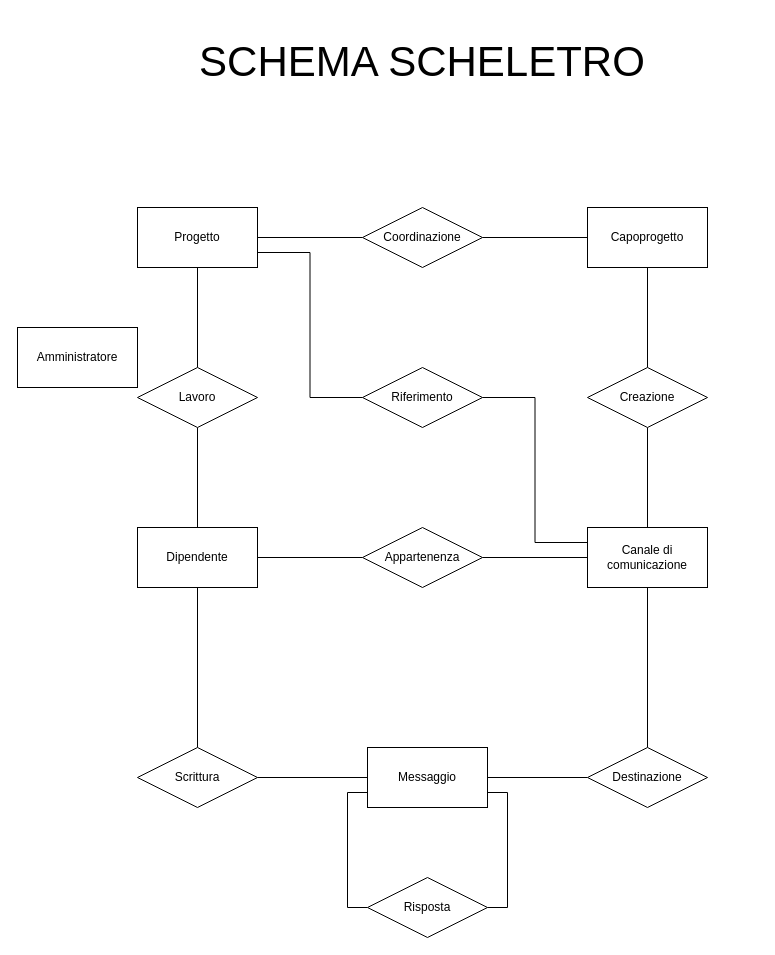
This is page "Page-1" (1 of 4) of Relazione/Schema ER/scheletro.drawio from martafra/BD-Chat-Multicanale, a draw.io file, before an edit. Source tidied: cells renumbered, new cells numbered last; positions are measured from the earlier drawing's top-left corner, leaving out a move shared by most shapes. Both pictures are drawn from the tidied source at 100%, with x=0, y=0 at pixel (17, 17).
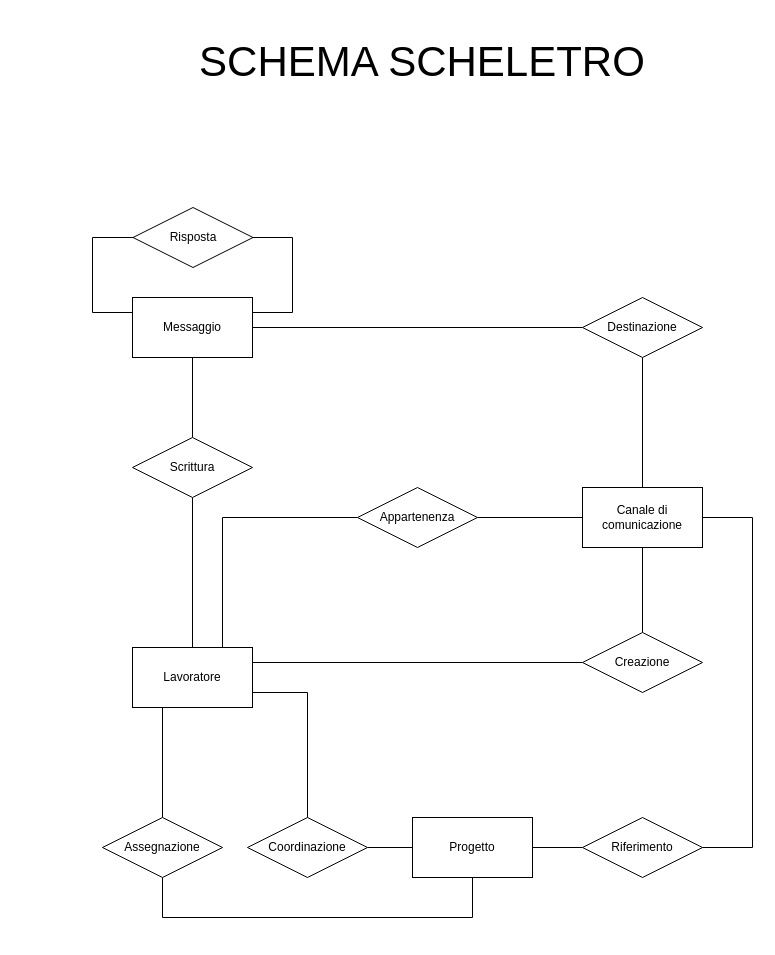
Above is the later version.

What changed in the source:
```diff
@@
-    <mxCell id="2" style="edgeStyle=orthogonalEdgeStyle;rounded=0;jettySize=auto;html=1;exitX=1;exitY=0.5;exitDx=0;exitDy=0;entryX=0;entryY=0.5;entryDx=0;entryDy=0;endArrow=none;endFill=0;" parent="1" edge="1" source="4" target="12">
-      <mxGeometry relative="1" as="geometry" />
-    </mxCell>
-    <mxCell id="3" style="edgeStyle=orthogonalEdgeStyle;rounded=0;jettySize=auto;html=1;exitX=1;exitY=0.75;exitDx=0;exitDy=0;entryX=0;entryY=0.5;entryDx=0;entryDy=0;endArrow=none;endFill=0;" parent="1" edge="1" source="4" target="31">
-      <mxGeometry relative="1" as="geometry" />
-    </mxCell>
-    <mxCell id="4" value="Progetto" style="rounded=0;whiteSpace=wrap;html=1;" parent="1" vertex="1">
-      <mxGeometry x="120" y="190" width="120" height="60" as="geometry" />
-    </mxCell>
-    <mxCell id="5" style="edgeStyle=orthogonalEdgeStyle;rounded=0;jettySize=auto;html=1;exitX=0.5;exitY=0;exitDx=0;exitDy=0;entryX=0.5;entryY=1;entryDx=0;entryDy=0;endArrow=none;endFill=0;" parent="1" edge="1" source="7" target="4">
-      <mxGeometry relative="1" as="geometry" />
-    </mxCell>
-    <mxCell id="6" style="edgeStyle=orthogonalEdgeStyle;rounded=0;jettySize=auto;html=1;exitX=0.5;exitY=1;exitDx=0;exitDy=0;entryX=0.5;entryY=0;entryDx=0;entryDy=0;endArrow=none;endFill=0;" parent="1" edge="1" source="7" target="10">
-      <mxGeometry relative="1" as="geometry" />
-    </mxCell>
-    <mxCell id="7" value="Lavoro" style="shape=rhombus;perimeter=rhombusPerimeter;whiteSpace=wrap;html=1;align=center;" parent="1" vertex="1">
-      <mxGeometry x="120" y="350" width="120" height="60" as="geometry" />
-    </mxCell>
-    <mxCell id="8" style="edgeStyle=orthogonalEdgeStyle;rounded=0;jettySize=auto;html=1;exitX=1;exitY=0.5;exitDx=0;exitDy=0;entryX=0;entryY=0.5;entryDx=0;entryDy=0;endArrow=none;endFill=0;" parent="1" edge="1" source="10" target="23">
+    <mxCell id="8" style="edgeStyle=orthogonalEdgeStyle;rounded=0;jettySize=auto;html=1;entryX=0;entryY=0.5;entryDx=0;entryDy=0;endArrow=none;endFill=0;exitX=0.75;exitY=0;exitDx=0;exitDy=0;" parent="1" edge="1" source="32" target="23">
       <mxGeometry relative="1" as="geometry" />
     </mxCell>
-    <mxCell id="9" style="edgeStyle=orthogonalEdgeStyle;rounded=0;jettySize=auto;html=1;exitX=0.5;exitY=1;exitDx=0;exitDy=0;endArrow=none;endFill=0;" parent="1" edge="1" source="10" target="21">
-      <mxGeometry relative="1" as="geometry" />
-    </mxCell>
-    <mxCell id="10" value="Dipendente" style="rounded=0;whiteSpace=wrap;html=1;" parent="1" vertex="1">
-      <mxGeometry x="120" y="510" width="120" height="60" as="geometry" />
-    </mxCell>
-    <mxCell id="11" style="edgeStyle=orthogonalEdgeStyle;rounded=0;jettySize=auto;html=1;exitX=1;exitY=0.5;exitDx=0;exitDy=0;entryX=0;entryY=0.5;entryDx=0;entryDy=0;endArrow=none;endFill=0;" parent="1" edge="1" source="12" target="14">
-      <mxGeometry relative="1" as="geometry" />
-    </mxCell>
-    <mxCell id="12" value="Coordinazione" style="shape=rhombus;perimeter=rhombusPerimeter;whiteSpace=wrap;html=1;align=center;" parent="1" vertex="1">
-      <mxGeometry x="345" y="190" width="120" height="60" as="geometry" />
-    </mxCell>
-    <mxCell id="13" style="edgeStyle=orthogonalEdgeStyle;rounded=0;jettySize=auto;html=1;exitX=0.5;exitY=1;exitDx=0;exitDy=0;entryX=0.5;entryY=0;entryDx=0;entryDy=0;endArrow=none;endFill=0;" parent="1" edge="1" source="14" target="16">
-      <mxGeometry relative="1" as="geometry" />
-    </mxCell>
-    <mxCell id="14" value="Capoprogetto" style="rounded=0;whiteSpace=wrap;html=1;" parent="1" vertex="1">
-      <mxGeometry x="570" y="190" width="120" height="60" as="geometry" />
-    </mxCell>
-    <mxCell id="15" style="edgeStyle=orthogonalEdgeStyle;rounded=0;jettySize=auto;html=1;exitX=0.5;exitY=1;exitDx=0;exitDy=0;entryX=0.5;entryY=0;entryDx=0;entryDy=0;endArrow=none;endFill=0;" parent="1" edge="1" source="16" target="17">
+    <mxCell id="15" style="edgeStyle=orthogonalEdgeStyle;rounded=0;jettySize=auto;html=1;exitX=0.5;exitY=0;exitDx=0;exitDy=0;entryX=0.5;entryY=1;entryDx=0;entryDy=0;endArrow=none;endFill=0;" parent="1" edge="1" source="16" target="17">
       <mxGeometry relative="1" as="geometry" />
     </mxCell>
     <mxCell id="16" value="Creazione" style="shape=rhombus;perimeter=rhombusPerimeter;whiteSpace=wrap;html=1;align=center;" parent="1" vertex="1">
-      <mxGeometry x="570" y="350" width="120" height="60" as="geometry" />
+      <mxGeometry x="565" y="615" width="120" height="60" as="geometry" />
     </mxCell>
     <mxCell id="17" value="Canale di comunicazione" style="rounded=0;whiteSpace=wrap;html=1;" parent="1" vertex="1">
-      <mxGeometry x="570" y="510" width="120" height="60" as="geometry" />
+      <mxGeometry x="565" y="470" width="120" height="60" as="geometry" />
     </mxCell>
+    <mxCell id="33" style="edgeStyle=orthogonalEdgeStyle;rounded=0;jettySize=auto;html=1;exitX=0.5;exitY=1;exitDx=0;exitDy=0;entryX=0.5;entryY=0;entryDx=0;entryDy=0;endArrow=none;endFill=0;" parent="1" edge="1" source="19" target="21">
+      <mxGeometry relative="1" as="geometry" />
+    </mxCell>
-    <mxCell id="18" style="edgeStyle=orthogonalEdgeStyle;rounded=0;jettySize=auto;html=1;exitX=0;exitY=0.75;exitDx=0;exitDy=0;entryX=0;entryY=0.5;entryDx=0;entryDy=0;endArrow=none;endFill=0;" parent="1" edge="1" source="19" target="29">
-      <mxGeometry relative="1" as="geometry" />
+    <mxCell id="18" style="edgeStyle=orthogonalEdgeStyle;rounded=0;jettySize=auto;html=1;exitX=0;exitY=0.25;exitDx=0;exitDy=0;entryX=0;entryY=0.5;entryDx=0;entryDy=0;endArrow=none;endFill=0;" parent="1" edge="1" source="19" target="29">
+      <mxGeometry relative="1" as="geometry">
+        <Array as="points">
+          <mxPoint x="75" y="295" />
+          <mxPoint x="75" y="220" />
+        </Array>
+      </mxGeometry>
     </mxCell>
     <mxCell id="19" value="Messaggio" style="rounded=0;whiteSpace=wrap;html=1;" parent="1" vertex="1">
-      <mxGeometry x="350" y="730" width="120" height="60" as="geometry" />
+      <mxGeometry x="115" y="280" width="120" height="60" as="geometry" />
     </mxCell>
-    <mxCell id="20" style="edgeStyle=orthogonalEdgeStyle;rounded=0;jettySize=auto;html=1;exitX=1;exitY=0.5;exitDx=0;exitDy=0;entryX=0;entryY=0.5;entryDx=0;entryDy=0;endArrow=none;endFill=0;" parent="1" edge="1" source="21" target="19">
-      <mxGeometry relative="1" as="geometry" />
-    </mxCell>
+    <mxCell id="34" style="edgeStyle=orthogonalEdgeStyle;rounded=0;jettySize=auto;html=1;exitX=0.5;exitY=1;exitDx=0;exitDy=0;entryX=0.5;entryY=0;entryDx=0;entryDy=0;endArrow=none;endFill=0;" parent="1" edge="1" source="21" target="32">
+      <mxGeometry relative="1" as="geometry" />
+    </mxCell>
     <mxCell id="21" value="Scrittura" style="shape=rhombus;perimeter=rhombusPerimeter;whiteSpace=wrap;html=1;align=center;" parent="1" vertex="1">
-      <mxGeometry x="120" y="730" width="120" height="60" as="geometry" />
+      <mxGeometry x="115" y="420" width="120" height="60" as="geometry" />
     </mxCell>
@@
     <mxCell id="23" value="Appartenenza" style="shape=rhombus;perimeter=rhombusPerimeter;whiteSpace=wrap;html=1;align=center;" parent="1" vertex="1">
-      <mxGeometry x="345" y="510" width="120" height="60" as="geometry" />
+      <mxGeometry x="340" y="470" width="120" height="60" as="geometry" />
     </mxCell>
+    <mxCell id="25" style="edgeStyle=orthogonalEdgeStyle;rounded=0;jettySize=auto;html=1;exitX=0;exitY=0.5;exitDx=0;exitDy=0;endArrow=none;endFill=0;" parent="1" edge="1" source="26" target="19">
+      <mxGeometry relative="1" as="geometry" />
+    </mxCell>
-    <mxCell id="24" style="edgeStyle=orthogonalEdgeStyle;rounded=0;jettySize=auto;html=1;exitX=0.5;exitY=0;exitDx=0;exitDy=0;entryX=0.5;entryY=1;entryDx=0;entryDy=0;endArrow=none;endFill=0;" parent="1" edge="1" source="26" target="17">
+    <mxCell id="24" style="edgeStyle=orthogonalEdgeStyle;rounded=0;jettySize=auto;html=1;exitX=0.5;exitY=1;exitDx=0;exitDy=0;endArrow=none;endFill=0;" parent="1" edge="1" source="26" target="17">
       <mxGeometry relative="1" as="geometry" />
     </mxCell>
-    <mxCell id="25" style="edgeStyle=orthogonalEdgeStyle;rounded=0;jettySize=auto;html=1;exitX=0;exitY=0.5;exitDx=0;exitDy=0;endArrow=none;endFill=0;" parent="1" edge="1" source="26" target="19">
-      <mxGeometry relative="1" as="geometry" />
-    </mxCell>
     <mxCell id="26" value="Destinazione" style="shape=rhombus;perimeter=rhombusPerimeter;whiteSpace=wrap;html=1;align=center;" parent="1" vertex="1">
-      <mxGeometry x="570" y="730" width="120" height="60" as="geometry" />
+      <mxGeometry x="565" y="280" width="120" height="60" as="geometry" />
     </mxCell>
@@
-    <mxCell id="28" style="edgeStyle=orthogonalEdgeStyle;rounded=0;jettySize=auto;html=1;exitX=1;exitY=0.5;exitDx=0;exitDy=0;entryX=1;entryY=0.75;entryDx=0;entryDy=0;endArrow=none;endFill=0;" parent="1" edge="1" source="29" target="19">
-      <mxGeometry relative="1" as="geometry" />
+    <mxCell id="28" style="edgeStyle=orthogonalEdgeStyle;rounded=0;jettySize=auto;html=1;exitX=1;exitY=0.5;exitDx=0;exitDy=0;entryX=1;entryY=0.25;entryDx=0;entryDy=0;endArrow=none;endFill=0;" parent="1" edge="1" source="29" target="19">
+      <mxGeometry relative="1" as="geometry">
+        <Array as="points">
+          <mxPoint x="275" y="220" />
+          <mxPoint x="275" y="295" />
+        </Array>
+      </mxGeometry>
     </mxCell>
     <mxCell id="29" value="Risposta" style="shape=rhombus;perimeter=rhombusPerimeter;whiteSpace=wrap;html=1;align=center;" parent="1" vertex="1">
-      <mxGeometry x="350" y="860" width="120" height="60" as="geometry" />
+      <mxGeometry x="115.5" y="190" width="120" height="60" as="geometry" />
     </mxCell>
+    <mxCell id="35" style="edgeStyle=orthogonalEdgeStyle;rounded=0;jettySize=auto;html=1;exitX=0.25;exitY=1;exitDx=0;exitDy=0;entryX=0.5;entryY=0;entryDx=0;entryDy=0;endArrow=none;endFill=0;" parent="1" edge="1" source="32" target="39">
+      <mxGeometry relative="1" as="geometry">
+        <Array as="points">
+          <mxPoint x="145" y="800" />
+        </Array>
+      </mxGeometry>
+    </mxCell>
+    <mxCell id="32" value="Lavoratore" style="rounded=0;whiteSpace=wrap;html=1;" parent="1" vertex="1">
+      <mxGeometry x="115" y="630" width="120" height="60" as="geometry" />
+    </mxCell>
+    <mxCell id="36" style="edgeStyle=orthogonalEdgeStyle;rounded=0;jettySize=auto;html=1;exitX=1;exitY=0.25;exitDx=0;exitDy=0;entryX=0;entryY=0.5;entryDx=0;entryDy=0;endArrow=none;endFill=0;" parent="1" edge="1" source="32" target="16">
+      <mxGeometry relative="1" as="geometry">
+        <Array as="points">
+          <mxPoint x="565" y="645" />
+        </Array>
+      </mxGeometry>
+    </mxCell>
+    <mxCell id="37" style="edgeStyle=orthogonalEdgeStyle;rounded=0;jettySize=auto;html=1;exitX=1;exitY=0.75;exitDx=0;exitDy=0;endArrow=none;endFill=0;entryX=0.5;entryY=0;entryDx=0;entryDy=0;" parent="1" edge="1" source="32" target="12">
+      <mxGeometry relative="1" as="geometry" />
+    </mxCell>
+    <mxCell id="3" style="edgeStyle=orthogonalEdgeStyle;rounded=0;jettySize=auto;html=1;exitX=1;exitY=0.5;exitDx=0;exitDy=0;entryX=0;entryY=0.5;entryDx=0;entryDy=0;endArrow=none;endFill=0;" parent="1" edge="1" source="4" target="31">
+      <mxGeometry relative="1" as="geometry" />
+    </mxCell>
+    <mxCell id="4" value="Progetto" style="rounded=0;whiteSpace=wrap;html=1;" parent="1" vertex="1">
+      <mxGeometry x="395" y="800" width="120" height="60" as="geometry" />
+    </mxCell>
+    <mxCell id="38" style="edgeStyle=orthogonalEdgeStyle;rounded=0;jettySize=auto;html=1;exitX=0.5;exitY=1;exitDx=0;exitDy=0;entryX=0.5;entryY=1;entryDx=0;entryDy=0;endArrow=none;endFill=0;" parent="1" edge="1" source="39" target="4">
+      <mxGeometry relative="1" as="geometry">
+        <Array as="points">
+          <mxPoint x="145" y="900" />
+          <mxPoint x="455" y="900" />
+        </Array>
+      </mxGeometry>
+    </mxCell>
+    <mxCell id="39" value="Assegnazione" style="shape=rhombus;perimeter=rhombusPerimeter;whiteSpace=wrap;html=1;align=center;" parent="1" vertex="1">
+      <mxGeometry x="85" y="800" width="120" height="60" as="geometry" />
+    </mxCell>
+    <mxCell id="40" style="edgeStyle=orthogonalEdgeStyle;rounded=0;jettySize=auto;html=1;exitX=1;exitY=0.5;exitDx=0;exitDy=0;entryX=0;entryY=0.5;entryDx=0;entryDy=0;endArrow=none;endFill=0;" parent="1" edge="1" source="12" target="4">
+      <mxGeometry relative="1" as="geometry" />
+    </mxCell>
+    <mxCell id="12" value="Coordinazione" style="shape=rhombus;perimeter=rhombusPerimeter;whiteSpace=wrap;html=1;align=center;" parent="1" vertex="1">
+      <mxGeometry x="230" y="800" width="120" height="60" as="geometry" />
+    </mxCell>
-    <mxCell id="30" style="edgeStyle=orthogonalEdgeStyle;rounded=0;jettySize=auto;html=1;exitX=1;exitY=0.5;exitDx=0;exitDy=0;entryX=0;entryY=0.25;entryDx=0;entryDy=0;endArrow=none;endFill=0;" parent="1" edge="1" source="31" target="17">
-      <mxGeometry relative="1" as="geometry" />
+    <mxCell id="30" style="edgeStyle=orthogonalEdgeStyle;rounded=0;jettySize=auto;html=1;exitX=1;exitY=0.5;exitDx=0;exitDy=0;entryX=1;entryY=0.5;entryDx=0;entryDy=0;endArrow=none;endFill=0;" parent="1" edge="1" source="31" target="17">
+      <mxGeometry relative="1" as="geometry">
+        <Array as="points">
+          <mxPoint x="735" y="830" />
+          <mxPoint x="735" y="500" />
+        </Array>
+      </mxGeometry>
     </mxCell>
     <mxCell id="31" value="Riferimento" style="shape=rhombus;perimeter=rhombusPerimeter;whiteSpace=wrap;html=1;align=center;" parent="1" vertex="1">
-      <mxGeometry x="345" y="350" width="120" height="60" as="geometry" />
+      <mxGeometry x="565" y="800" width="120" height="60" as="geometry" />
     </mxCell>
-    <mxCell id="32" value="Amministratore" style="rounded=0;whiteSpace=wrap;html=1;" parent="1" vertex="1">
-      <mxGeometry y="310" width="120" height="60" as="geometry" />
-    </mxCell>
```
